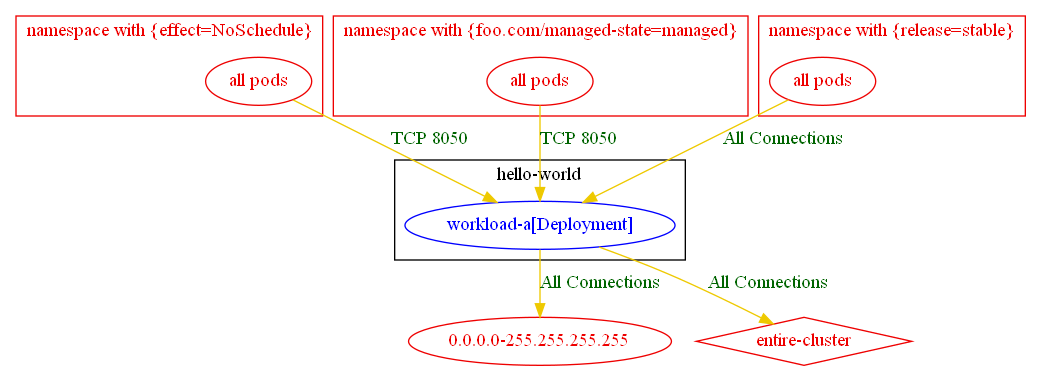
Before: test_outputs/connlist/exposure_test_multiple_unmatched_rules_connlist_output.dot.png, a diagram exported from Graphviz (np-guard/netpol-analyzer). Its source is kept beside it as test_outputs/connlist/exposure_test_multiple_unmatched_rules_connlist_output.dot.
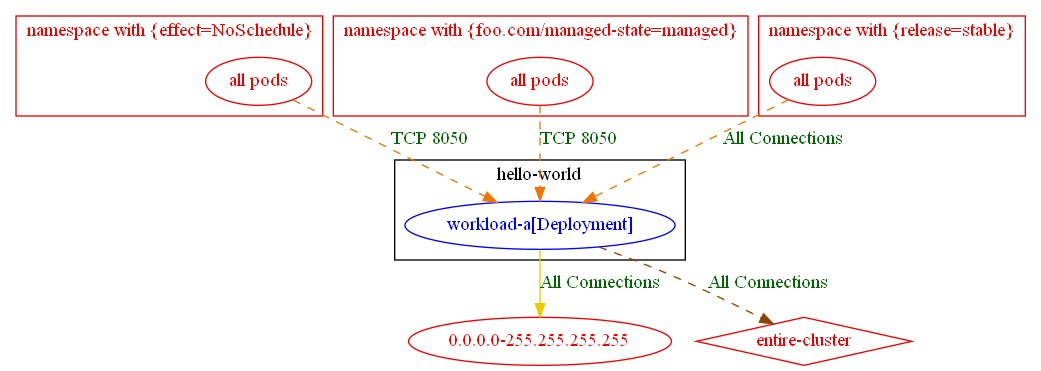
After the commit.

Diff of the diagram source:
```diff
@@ -25,9 +25,9 @@
 	}
 	"0.0.0.0-255.255.255.255" [label="0.0.0.0-255.255.255.255" color="red2" fontcolor="red2"]
 	"entire-cluster" [label="entire-cluster" color="red2" fontcolor="red2" shape=diamond]
-	"all pods_in_namespace with {effect=NoSchedule}" -> "hello-world/workload-a[Deployment]" [label="TCP 8050" color="gold2" fontcolor="darkgreen" weight=1]
-	"all pods_in_namespace with {foo.com/managed-state=managed}" -> "hello-world/workload-a[Deployment]" [label="TCP 8050" color="gold2" fontcolor="darkgreen" weight=1]
-	"all pods_in_namespace with {release=stable}" -> "hello-world/workload-a[Deployment]" [label="All Connections" color="gold2" fontcolor="darkgreen" weight=1]
+	"all pods_in_namespace with {effect=NoSchedule}" -> "hello-world/workload-a[Deployment]" [label="TCP 8050" color="darkorange2" fontcolor="darkgreen" weight=1 style=dashed]
+	"all pods_in_namespace with {foo.com/managed-state=managed}" -> "hello-world/workload-a[Deployment]" [label="TCP 8050" color="darkorange2" fontcolor="darkgreen" weight=1 style=dashed]
+	"all pods_in_namespace with {release=stable}" -> "hello-world/workload-a[Deployment]" [label="All Connections" color="darkorange2" fontcolor="darkgreen" weight=1 style=dashed]
 	"hello-world/workload-a[Deployment]" -> "0.0.0.0-255.255.255.255" [label="All Connections" color="gold2" fontcolor="darkgreen"]
-	"hello-world/workload-a[Deployment]" -> "entire-cluster" [label="All Connections" color="gold2" fontcolor="darkgreen" weight=0.5]
+	"hello-world/workload-a[Deployment]" -> "entire-cluster" [label="All Connections" color="darkorange4" fontcolor="darkgreen" weight=0.5 style=dashed]
 }
```
